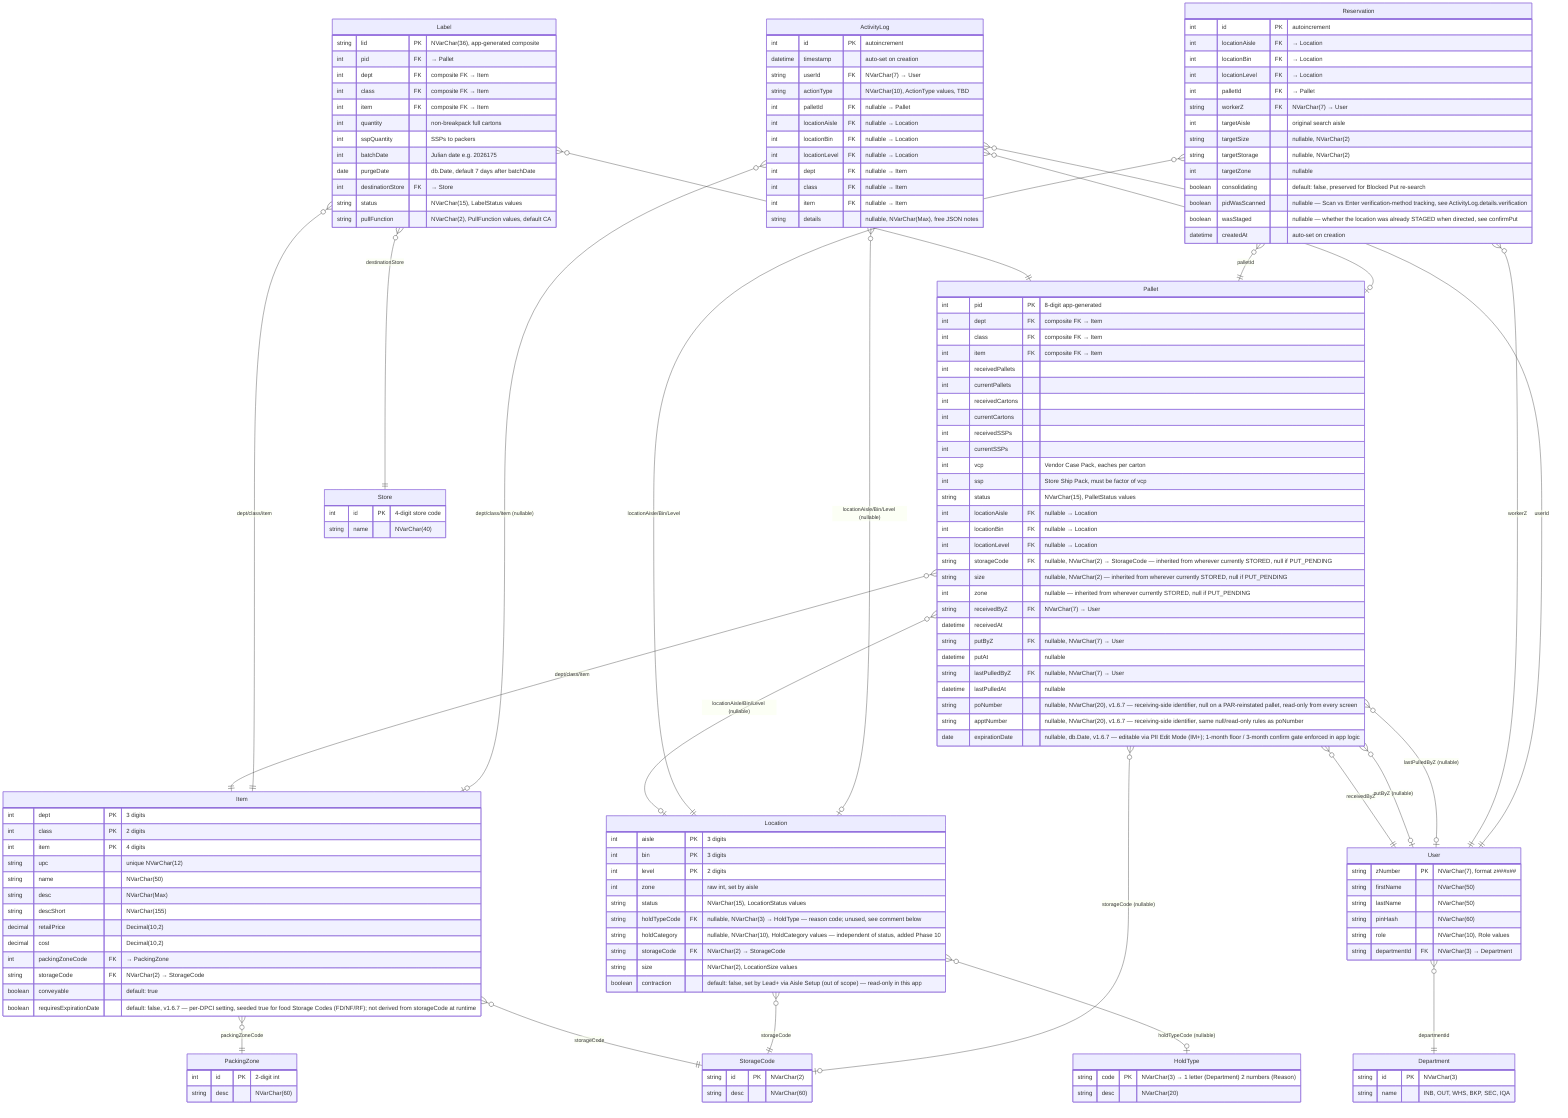
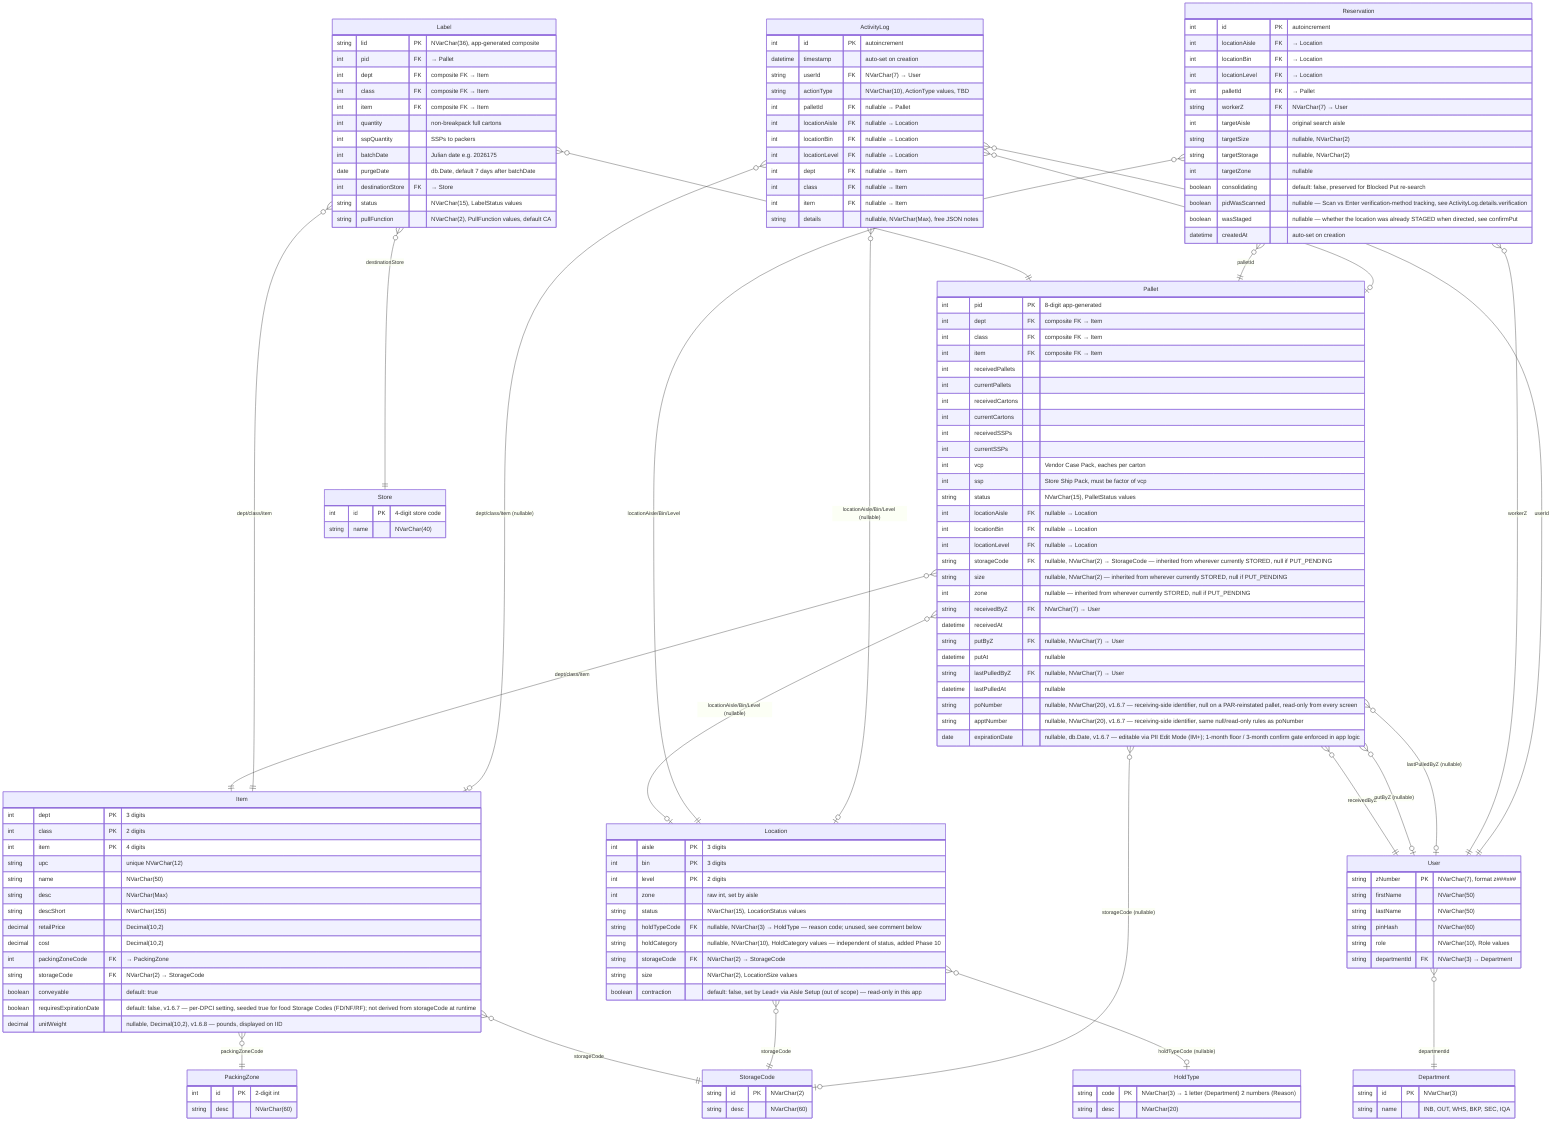
erDiagram

    %% ============================================================
    %% COMPOSITE PRIMARY KEYS (Prisma @@id — not expressible in ERD)
    %% ============================================================
    %% Item:     @@id([dept, class, item], name: "DPCI")
    %% Location: @@id([aisle, bin, level], name: "LocationID")
    %% ============================================================
    %% ENUMS — stored as NVarChar strings (Prisma v7 SQL Server does not support enum blocks)
    %% LocationStatus: EMPTY, STORED, PULL_PENDING, RESERVED, STAGED                                           → NVarChar(15)
    %% HoldCategory:   HOLD_IN, HOLD_OUT, HOLD_BOTH, HOLD_PERM (Location.holdCategory, independent of status)   → NVarChar(10)
    %% LocationSize:   XS, HS, S, M, L                                                                         → NVarChar(2)
    %% PalletStatus:   PUT_PENDING, STORED, PULL_PENDING, PULLED, CANCELED, CONSOLIDATED (open — expand as needed) → NVarChar(15)
    %% LabelStatus:    AVAILABLE, PRINTED, PULLED, DIVERTED, CANCELED, PURGED                                  → NVarChar(15)
    %% PullFunction:   CA (Carton Air), CF (Carton Floor), FP (Full Pallet), BK (Bulk/level-0, not in demo)   → NVarChar(2)
    %% Role:           ADMIN, MANAGER, LEAD, IM, WORKER                                                        → NVarChar(10)
    %% ActionType:     EDIT_PAL, PULL, RESERVE, PUT, UNASSIGN, BLOCK_PUT, RES_TMOUT, MNP_SCAN, STAGE, RESTAGE,
    %%                 HOLD_PLACE, HOLD_CLEAR, REINSTATE                                                       → NVarChar(10)
    %% ============================================================
    %% BUSINESS RULES
    %% SSP must be a factor of VCP (enforced in app logic, not schema)
    %% LID format: {storeCode(1-4)}{DPCI(9)}{pid(8)}{random(8)}{batchDate(7)} = NVarChar(36)
    %% DPCI(9) is zero-padded: dept(3) + class(2) + item(4)
    %% pid: app-generated 8-digit Int with collision check
    %% zNumber format: z###x## (z + 3 digits + 1 letter + 2 digits) = NVarChar(7)
    %% PurgeDate defaults to 7 days after batchDate, set at label creation in app logic
    %% Status change to PURGED triggered in app logic on purge date
    %% ActionType enum must be defined and expanded as features are built
    %% Location.holdTypeCode (reason-code FK) is unpopulated — WLH.md states the reason
    %% code is written only to ActivityLog.details, never stored as a column (Phase 10)
    %% ============================================================

    Item {
        int dept PK "3 digits"
        int class PK "2 digits"
        int item PK "4 digits"
        string upc "unique NVarChar(12)"
        string name "NVarChar(50)"
        string desc "NVarChar(Max)"
        string descShort "NVarChar(155)"
        decimal retailPrice "Decimal(10,2)"
        decimal cost "Decimal(10,2)"
        int packingZoneCode FK "→ PackingZone"
        string storageCode FK "NVarChar(2) → StorageCode"
        boolean conveyable "default: true"
        boolean requiresExpirationDate "default: false, v1.6.7 — per-DPCI setting, seeded true for food Storage Codes (FD/NF/RF); not derived from storageCode at runtime"
+         decimal unitWeight "nullable, Decimal(10,2), v1.6.8 — pounds, displayed on IID"
    }

    PackingZone {
        int id PK "2-digit int"
        string desc "NVarChar(60)"
    }

    StorageCode {
        string id PK "NVarChar(2)"
        string desc "NVarChar(60)"
    }

    Location {
        int aisle PK "3 digits"
        int bin PK "3 digits"
        int level PK "2 digits"
        int zone "raw int, set by aisle"
        string status "NVarChar(15), LocationStatus values"
        string holdTypeCode FK "nullable, NVarChar(3) → HoldType — reason code; unused, see comment below"
        string holdCategory "nullable, NVarChar(10), HoldCategory values — independent of status, added Phase 10"
        string storageCode FK "NVarChar(2) → StorageCode"
        string size "NVarChar(2), LocationSize values"
        boolean contraction "default: false, set by Lead+ via Aisle Setup (out of scope) — read-only in this app"
    }

    HoldType {
        string code PK "NVarChar(3) → 1 letter (Department) 2 numbers (Reason)"
        string desc "NVarChar(20)"
    }

    Pallet {
        int pid PK "8-digit app-generated"
        int dept FK "composite FK → Item"
        int class FK "composite FK → Item"
        int item FK "composite FK → Item"
        int receivedPallets
        int currentPallets
        int receivedCartons
        int currentCartons
        int receivedSSPs
        int currentSSPs
        int vcp "Vendor Case Pack, eaches per carton"
        int ssp "Store Ship Pack, must be factor of vcp"
        string status "NVarChar(15), PalletStatus values"
        int locationAisle FK "nullable → Location"
        int locationBin FK "nullable → Location"
        int locationLevel FK "nullable → Location"
        string storageCode FK "nullable, NVarChar(2) → StorageCode — inherited from wherever currently STORED, null if PUT_PENDING"
        string size "nullable, NVarChar(2) — inherited from wherever currently STORED, null if PUT_PENDING"
        int zone "nullable — inherited from wherever currently STORED, null if PUT_PENDING"
        string receivedByZ FK "NVarChar(7) → User"
        datetime receivedAt
        string putByZ FK "nullable, NVarChar(7) → User"
        datetime putAt "nullable"
        string lastPulledByZ FK "nullable, NVarChar(7) → User"
        datetime lastPulledAt "nullable"
        string poNumber "nullable, NVarChar(20), v1.6.7 — receiving-side identifier, null on a PAR-reinstated pallet, read-only from every screen"
        string apptNumber "nullable, NVarChar(20), v1.6.7 — receiving-side identifier, same null/read-only rules as poNumber"
        date expirationDate "nullable, db.Date, v1.6.7 — editable via PII Edit Mode (IM+); 1-month floor / 3-month confirm gate enforced in app logic"
    }

    Label {
        string lid PK "NVarChar(36), app-generated composite"
        int pid FK "→ Pallet"
        int dept FK "composite FK → Item"
        int class FK "composite FK → Item"
        int item FK "composite FK → Item"
        int quantity "non-breakpack full cartons"
        int sspQuantity "SSPs to packers"
        int batchDate "Julian date e.g. 2026175"
        date purgeDate "db.Date, default 7 days after batchDate"
        int destinationStore FK "→ Store"
        string status "NVarChar(15), LabelStatus values"
        string pullFunction "NVarChar(2), PullFunction values, default CA"
    }

    Store {
        int id PK "4-digit store code"
        string name "NVarChar(40)"
    }

    User {
        string zNumber PK "NVarChar(7), format z###x##"
        string firstName "NVarChar(50)"
        string lastName "NVarChar(50)"
        string pinHash "NVarChar(60)"
        string role "NVarChar(10), Role values"
        string departmentId FK "NVarChar(3) → Department"
    }

    Department {
        string id PK "NVarChar(3)"
        string name "INB, OUT, WHS, BKP, SEC, IQA"
    }

    Reservation {
        int id PK "autoincrement"
        int locationAisle FK "→ Location"
        int locationBin FK "→ Location"
        int locationLevel FK "→ Location"
        int palletId FK "→ Pallet"
        string workerZ FK "NVarChar(7) → User"
        int targetAisle "original search aisle"
        string targetSize "nullable, NVarChar(2)"
        string targetStorage "nullable, NVarChar(2)"
        int targetZone "nullable"
        boolean consolidating "default: false, preserved for Blocked Put re-search"
        boolean pidWasScanned "nullable — Scan vs Enter verification-method tracking, see ActivityLog.details.verification"
        boolean wasStaged "nullable — whether the location was already STAGED when directed, see confirmPut"
        datetime createdAt "auto-set on creation"
    }

    ActivityLog {
        int id PK "autoincrement"
        datetime timestamp "auto-set on creation"
        string userId FK "NVarChar(7) → User"
        string actionType "NVarChar(10), ActionType values, TBD"
        int palletId FK "nullable → Pallet"
        int locationAisle FK "nullable → Location"
        int locationBin FK "nullable → Location"
        int locationLevel FK "nullable → Location"
        int dept FK "nullable → Item"
        int class FK "nullable → Item"
        int item FK "nullable → Item"
        string details "nullable, NVarChar(Max), free JSON notes"
    }

    %% ============================================================
    %% RELATIONS
    %% ============================================================

    Item }o--|| PackingZone : "packingZoneCode"
    Item }o--|| StorageCode : "storageCode"

    Location }o--o| HoldType : "holdTypeCode (nullable)"
    Location }o--|| StorageCode : "storageCode"

    Pallet }o--|| Item : "dept/class/item"
    Pallet }o--o| Location : "locationAisle/Bin/Level (nullable)"
    Pallet }o--o| StorageCode : "storageCode (nullable)"
    Pallet }o--|| User : "receivedByZ"
    Pallet }o--o| User : "putByZ (nullable)"
    Pallet }o--o| User : "lastPulledByZ (nullable)"

    Label }o--|| Pallet : "pid"
    Label }o--|| Item : "dept/class/item"
    Label }o--|| Store : "destinationStore"

    User }o--|| Department : "departmentId"

    Reservation }o--|| Location : "locationAisle/Bin/Level"
    Reservation }o--|| Pallet : "palletId"
    Reservation }o--|| User : "workerZ"

    ActivityLog }o--|| User : "userId"
    ActivityLog }o--o| Pallet : "palletId (nullable)"
    ActivityLog }o--o| Location : "locationAisle/Bin/Level (nullable)"
    ActivityLog }o--o| Item : "dept/class/item (nullable)"
